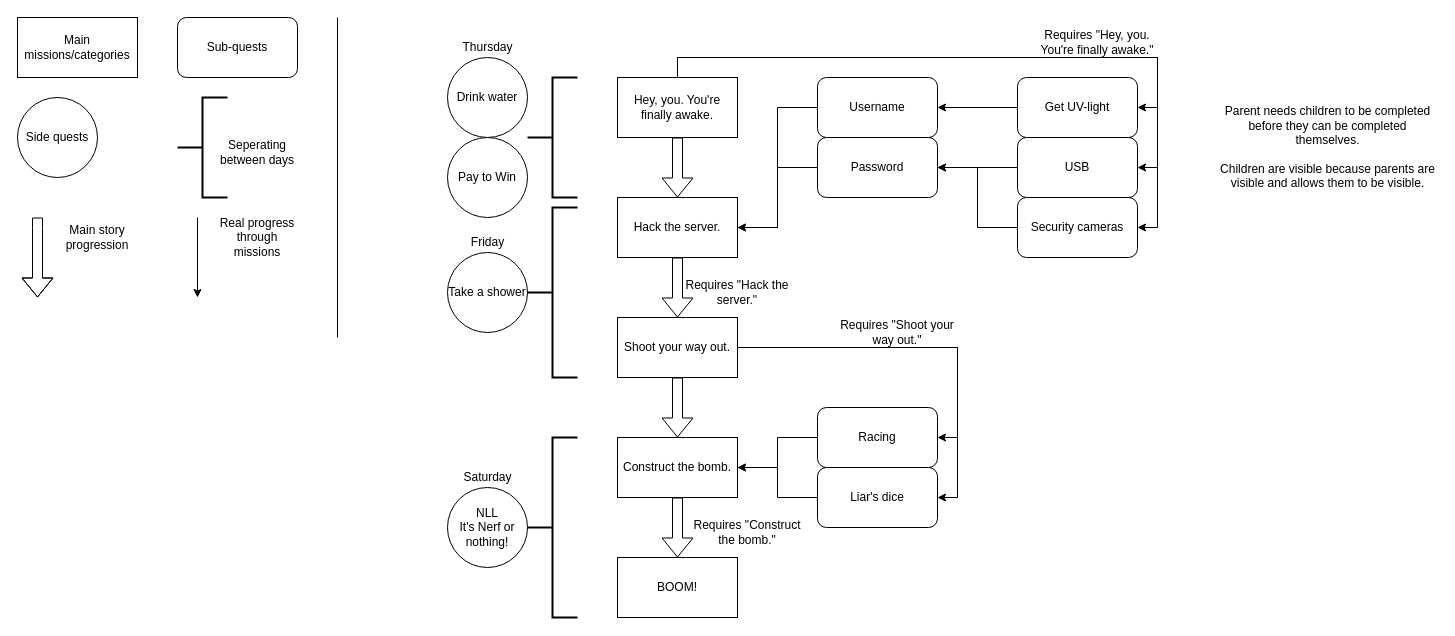
This is quest-tree.drawio from Artx999/cyberSecret, a draw.io file, before an edit. Source tidied: cells renumbered, new cells numbered last; positions are measured from the earlier drawing's top-left corner, leaving out a move shared by most shapes. Both pictures are drawn from the tidied source at 100%, with x=0, y=0 at pixel (17, 17).
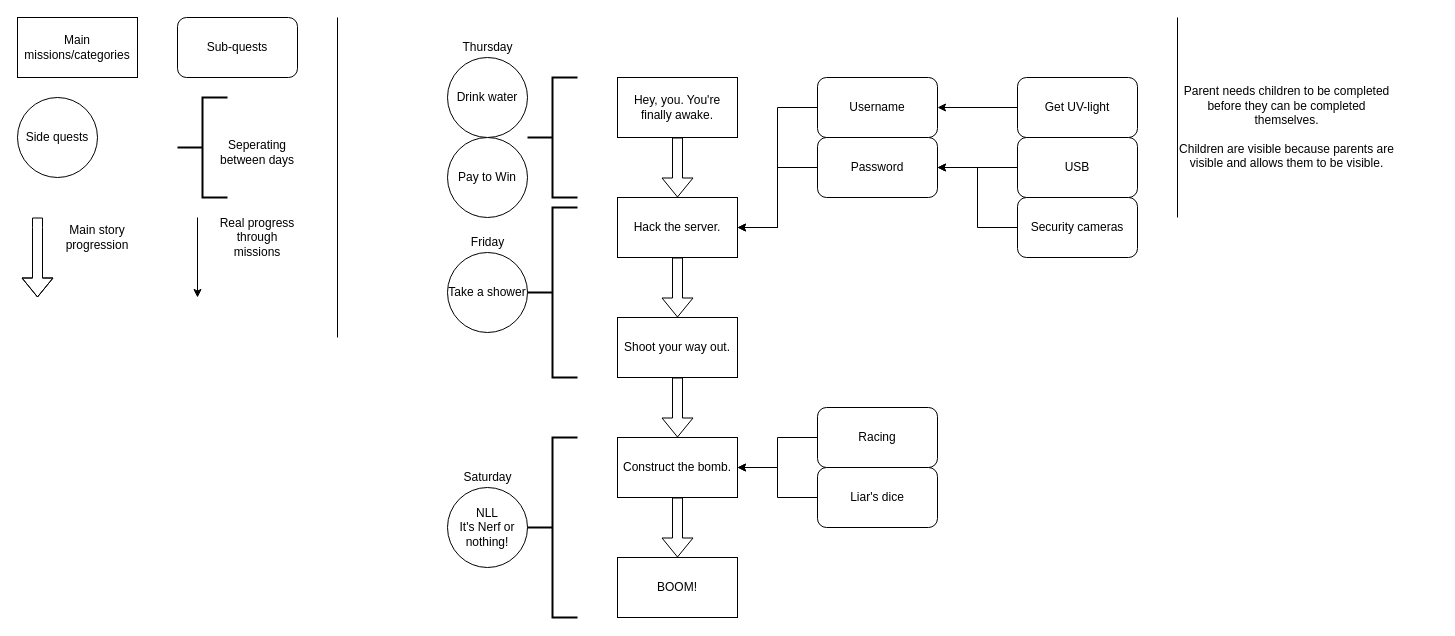
After the change.

The change refers to these unchanged cells:
```xml
<mxCell id="5" value="Hey, you. You're finally awake." style="rounded=0;whiteSpace=wrap;html=1;" parent="1" vertex="1">
  <mxGeometry x="600" y="60" width="120" height="60" as="geometry" />
</mxCell>
<mxCell id="17" value="Shoot your way out." style="rounded=0;whiteSpace=wrap;html=1;" parent="1" vertex="1">
  <mxGeometry x="600" y="300" width="120" height="60" as="geometry" />
</mxCell>
<mxCell id="24" value="Security cameras" style="rounded=1;whiteSpace=wrap;html=1;" parent="1" vertex="1">
  <mxGeometry x="1000" y="180" width="120" height="60" as="geometry" />
</mxCell>
<mxCell id="26" value="USB" style="rounded=1;whiteSpace=wrap;html=1;" parent="1" vertex="1">
  <mxGeometry x="1000" y="120" width="120" height="60" as="geometry" />
</mxCell>
<mxCell id="28" value="Racing" style="rounded=1;whiteSpace=wrap;html=1;" parent="1" vertex="1">
  <mxGeometry x="800" y="390" width="120" height="60" as="geometry" />
</mxCell>
<mxCell id="30" value="Liar's dice" style="rounded=1;whiteSpace=wrap;html=1;" parent="1" vertex="1">
  <mxGeometry x="800" y="450" width="120" height="60" as="geometry" />
</mxCell>
<mxCell id="41" value="Get UV-light" style="rounded=1;whiteSpace=wrap;html=1;" parent="1" vertex="1">
  <mxGeometry x="1000" y="60" width="120" height="60" as="geometry" />
</mxCell>
```

What changed in the source:
```diff
@@
-    <mxCell id="2" style="edgeStyle=orthogonalEdgeStyle;rounded=0;jettySize=auto;html=1;entryX=1;entryY=0.5;entryDx=0;entryDy=0;" parent="1" edge="1" source="5" target="26">
-      <mxGeometry relative="1" as="geometry">
-        <Array as="points">
-          <mxPoint x="660" y="40" />
-          <mxPoint x="1140" y="40" />
-          <mxPoint x="1140" y="150" />
-        </Array>
-      </mxGeometry>
-    </mxCell>
-    <mxCell id="3" style="edgeStyle=orthogonalEdgeStyle;rounded=0;jettySize=auto;html=1;entryX=1;entryY=0.5;entryDx=0;entryDy=0;" parent="1" edge="1" source="5" target="24">
-      <mxGeometry relative="1" as="geometry">
-        <Array as="points">
-          <mxPoint x="660" y="40" />
-          <mxPoint x="1140" y="40" />
-          <mxPoint x="1140" y="210" />
-        </Array>
-      </mxGeometry>
-    </mxCell>
-    <mxCell id="4" style="edgeStyle=orthogonalEdgeStyle;rounded=0;jettySize=auto;html=1;entryX=1;entryY=0.5;entryDx=0;entryDy=0;exitX=0.5;exitY=0;exitDx=0;exitDy=0;" parent="1" edge="1" source="5" target="41">
-      <mxGeometry relative="1" as="geometry">
-        <Array as="points">
-          <mxPoint x="660" y="40" />
-          <mxPoint x="1140" y="40" />
-          <mxPoint x="1140" y="90" />
-        </Array>
-      </mxGeometry>
-    </mxCell>
@@
-    <mxCell id="9" value="Requires &quot;Hey, you. You're finally awake.&quot;" style="text;html=1;strokeColor=none;fillColor=none;align=center;verticalAlign=middle;whiteSpace=wrap;rounded=0;" parent="1" vertex="1">
-      <mxGeometry x="1020" y="10" width="120" height="30" as="geometry" />
-    </mxCell>
@@
-    <mxCell id="13" value="Requires &quot;Shoot your way out.&quot;" style="text;html=1;strokeColor=none;fillColor=none;align=center;verticalAlign=middle;whiteSpace=wrap;rounded=0;" parent="1" vertex="1">
-      <mxGeometry x="820" y="300" width="120" height="30" as="geometry" />
-    </mxCell>
-    <mxCell id="14" value="Requires &quot;Construct the bomb.&quot;" style="text;html=1;strokeColor=none;fillColor=none;align=center;verticalAlign=middle;whiteSpace=wrap;rounded=0;" parent="1" vertex="1">
-      <mxGeometry x="670" y="500" width="120" height="30" as="geometry" />
-    </mxCell>
-    <mxCell id="15" style="edgeStyle=orthogonalEdgeStyle;rounded=0;jettySize=auto;html=1;entryX=1;entryY=0.5;entryDx=0;entryDy=0;" parent="1" edge="1" source="17" target="28">
-      <mxGeometry relative="1" as="geometry" />
-    </mxCell>
-    <mxCell id="16" style="edgeStyle=orthogonalEdgeStyle;rounded=0;jettySize=auto;html=1;entryX=1;entryY=0.5;entryDx=0;entryDy=0;" parent="1" edge="1" source="17" target="30">
-      <mxGeometry relative="1" as="geometry" />
-    </mxCell>
@@
-    <mxCell id="18" value="Requires &quot;Hack the server.&quot;" style="text;html=1;strokeColor=none;fillColor=none;align=center;verticalAlign=middle;whiteSpace=wrap;rounded=0;" parent="1" vertex="1">
-      <mxGeometry x="660" y="260" width="120" height="30" as="geometry" />
-    </mxCell>
@@
     <mxCell id="54" value="Parent needs children to be completed before they can be completed themselves.&lt;br&gt;&lt;br&gt;Children are visible because parents are visible and allows them to be visible." style="text;html=1;strokeColor=none;fillColor=none;align=center;verticalAlign=middle;whiteSpace=wrap;rounded=0;" parent="1" vertex="1">
-      <mxGeometry x="1201" y="80" width="219" height="100" as="geometry" />
+      <mxGeometry x="1160" y="60" width="219" height="100" as="geometry" />
     </mxCell>
+    <mxCell id="55" style="endArrow=none;html=1;" parent="1" edge="1">
+      <mxGeometry relative="1" as="geometry">
+        <mxPoint x="1160" y="200" as="sourcePoint" />
+        <mxPoint x="1160" as="targetPoint" />
+      </mxGeometry>
+    </mxCell>
```
